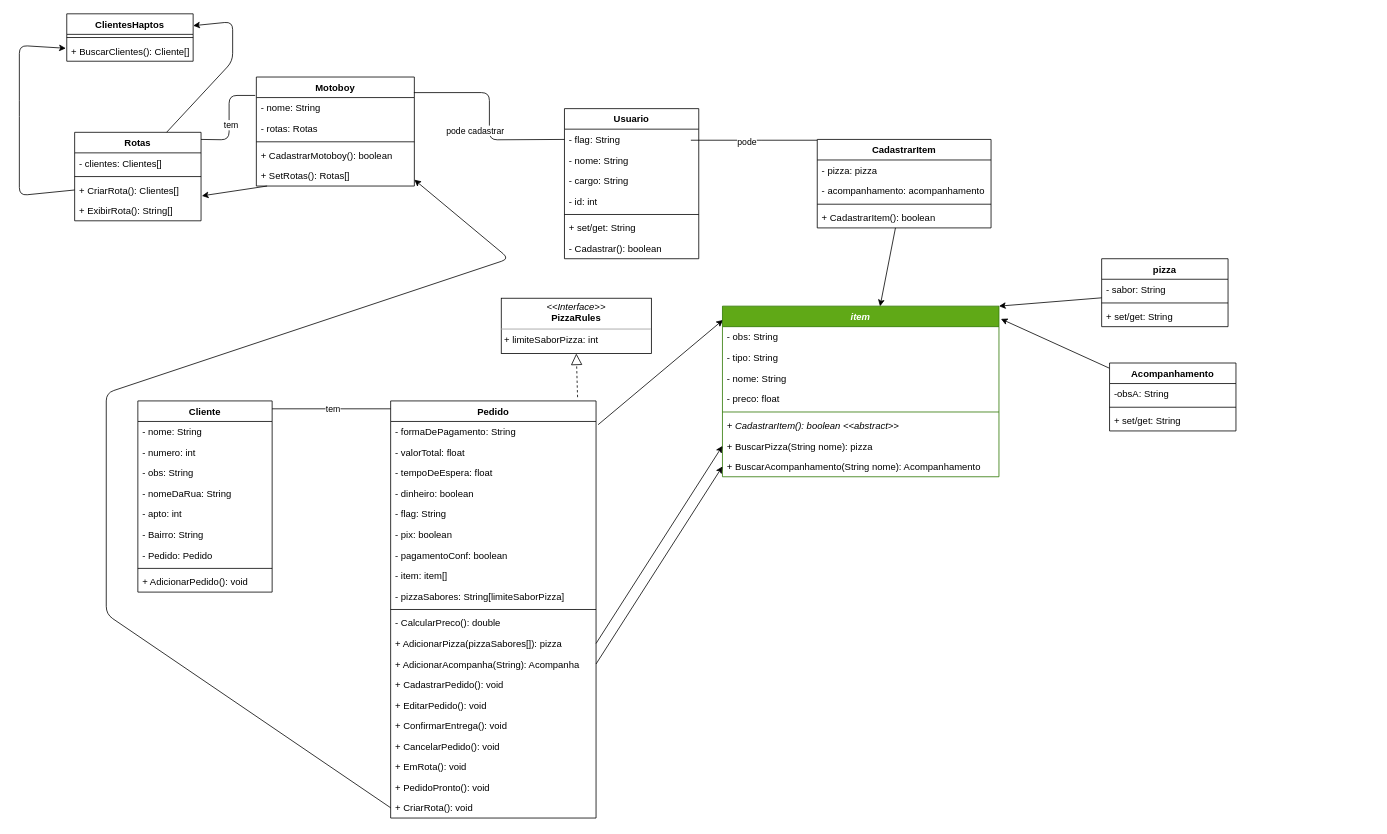
The draw.io diagram Diagrama UML classes/UMLClasses.drawio in Nicolas-Peluso/Gerenciador-De-Pedidos-Pizzaria, before the edit. Source tidied: cells renumbered, new cells numbered last; positions are measured from the earlier drawing's top-left corner, leaving out a move shared by most shapes. Both pictures are drawn from the tidied source at 79%, with x=0, y=0 at pixel (19, 13).
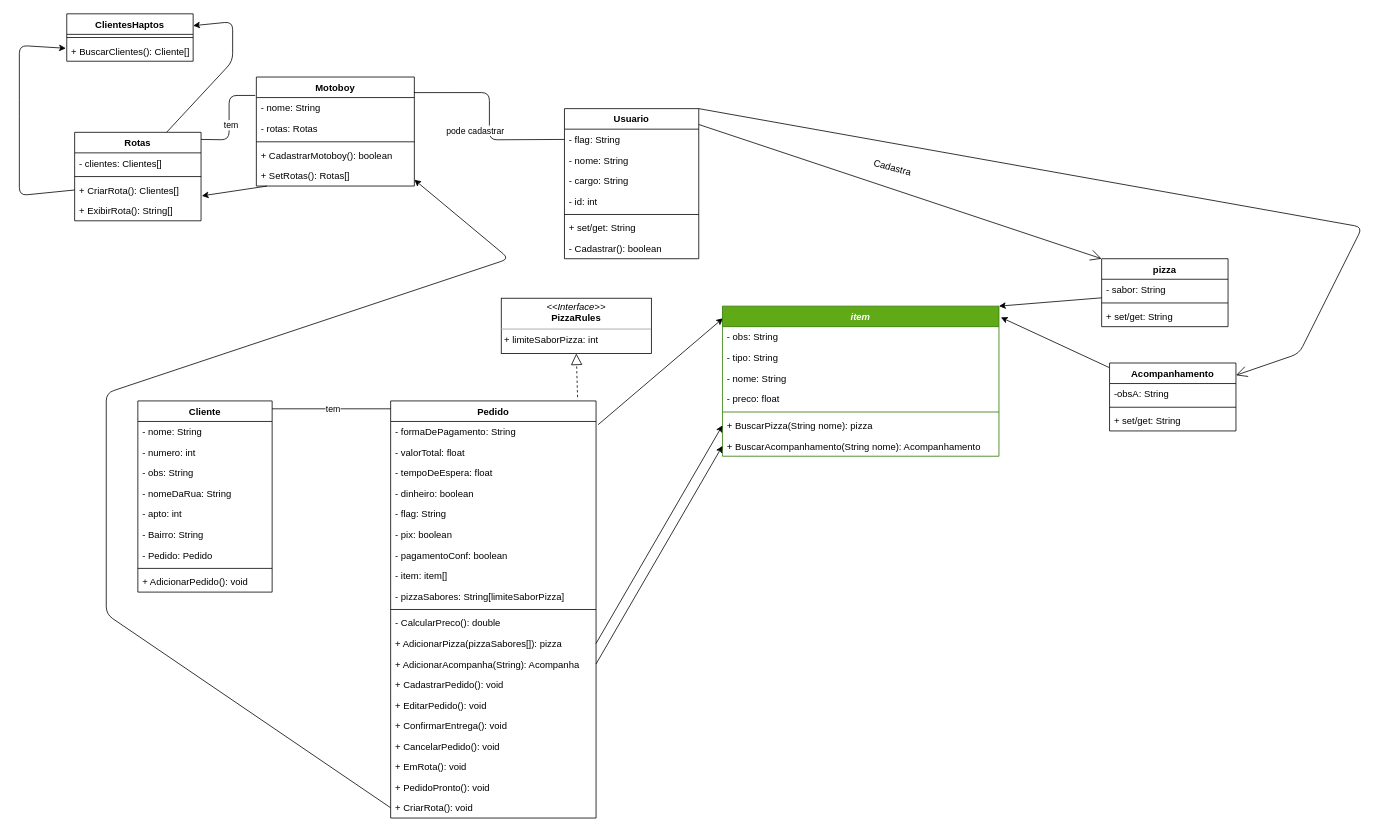
The same diagram, later.

The change refers to these unchanged cells:
```xml
<mxCell id="44" value="Acompanhamento" style="swimlane;fontStyle=1;align=center;verticalAlign=top;horizontal=1;startSize=26;" parent="1" vertex="1">
  <mxGeometry x="1380" y="442" width="160" height="86" as="geometry" />
</mxCell>
<mxCell id="49" value="pizza" style="swimlane;fontStyle=1;align=center;verticalAlign=top;horizontal=1;startSize=26;" parent="1" vertex="1">
  <mxGeometry x="1370" y="310" width="160" height="86" as="geometry" />
</mxCell>
<mxCell id="53" value="Usuario" style="swimlane;fontStyle=1;align=center;verticalAlign=top;horizontal=1;startSize=26;" parent="1" vertex="1">
  <mxGeometry x="690" y="120" width="170" height="190" as="geometry" />
</mxCell>
```

Change to the diagram source:
```diff
@@
     <mxCell id="34" value="item" style="swimlane;fontStyle=3;align=center;verticalAlign=top;horizontal=1;startSize=26;fillColor=#60a917;fontColor=#ffffff;strokeColor=#2D7600;" parent="1" vertex="1">
-      <mxGeometry x="890" y="370" width="350" height="216" as="geometry" />
+      <mxGeometry x="890" y="370" width="350" height="190" as="geometry" />
     </mxCell>
@@
-    <mxCell id="40" value="+ CadastrarItem(): boolean &lt;&lt;abstract&gt;&gt;" style="text;strokeColor=none;fillColor=none;align=left;verticalAlign=top;spacingLeft=4;spacingRight=4;overflow=hidden;fontStyle=2;" parent="34" vertex="1">
-      <mxGeometry y="138" width="350" height="26" as="geometry" />
-    </mxCell>
     <mxCell id="41" value="+ BuscarPizza(String nome): pizza" style="text;strokeColor=none;fillColor=none;align=left;verticalAlign=top;spacingLeft=4;spacingRight=4;overflow=hidden;points=[[0,0.5],[1,0.5]];portConstraint=eastwest;" parent="34" vertex="1">
-      <mxGeometry y="164" width="350" height="26" as="geometry" />
+      <mxGeometry y="138" width="350" height="26" as="geometry" />
     </mxCell>
     <mxCell id="42" value="+ BuscarAcompanhamento(String nome): Acompanhamento" style="text;strokeColor=none;fillColor=none;align=left;verticalAlign=top;spacingLeft=4;spacingRight=4;overflow=hidden;points=[[0,0.5],[1,0.5]];portConstraint=eastwest;" parent="34" vertex="1">
-      <mxGeometry y="190" width="350" height="26" as="geometry" />
+      <mxGeometry y="164" width="350" height="26" as="geometry" />
     </mxCell>
@@
-    <mxCell id="61" style="edgeStyle=none;html=1;entryX=0.57;entryY=0.001;entryDx=0;entryDy=0;entryPerimeter=0;" parent="1" edge="1" source="62" target="34">
-      <mxGeometry relative="1" as="geometry" />
-    </mxCell>
-    <mxCell id="62" value="CadastrarItem" style="swimlane;fontStyle=1;align=center;verticalAlign=top;horizontal=1;startSize=26;" parent="1" vertex="1">
-      <mxGeometry x="1010" y="159" width="220" height="112" as="geometry" />
-    </mxCell>
-    <mxCell id="63" value="- pizza: pizza" style="text;strokeColor=none;fillColor=none;align=left;verticalAlign=top;spacingLeft=4;spacingRight=4;overflow=hidden;" parent="62" vertex="1">
-      <mxGeometry y="26" width="220" height="26" as="geometry" />
-    </mxCell>
-    <mxCell id="64" value="- acompanhamento: acompanhamento" style="text;strokeColor=none;fillColor=none;align=left;verticalAlign=top;spacingLeft=4;spacingRight=4;overflow=hidden;" parent="62" vertex="1">
-      <mxGeometry y="52" width="220" height="26" as="geometry" />
-    </mxCell>
-    <mxCell id="65" style="line;strokeWidth=1;fillColor=none;align=left;verticalAlign=middle;spacingTop=-1;spacingLeft=3;spacingRight=3;labelPosition=right;strokeColor=inherit;" parent="62" vertex="1">
-      <mxGeometry y="78" width="220" height="8" as="geometry" />
-    </mxCell>
-    <mxCell id="66" value="+ CadastrarItem(): boolean" style="text;strokeColor=none;fillColor=none;align=left;verticalAlign=top;spacingLeft=4;spacingRight=4;overflow=hidden;" parent="62" vertex="1">
-      <mxGeometry y="86" width="220" height="26" as="geometry" />
-    </mxCell>
@@
-    <mxCell id="69" style="endArrow=none;html=1;edgeStyle=orthogonalEdgeStyle;" parent="1" edge="1">
-      <mxGeometry relative="1" as="geometry">
-        <mxPoint x="850" y="160" as="sourcePoint" />
-        <mxPoint x="1010" y="160" as="targetPoint" />
-        <Array as="points">
-          <mxPoint x="930" y="160" />
-          <mxPoint x="930" y="160" />
-        </Array>
-      </mxGeometry>
-    </mxCell>
-    <mxCell id="70" value="pode" style="edgeLabel;html=1;align=center;verticalAlign=middle;" parent="69" vertex="1">
-      <mxGeometry x="-0.13" y="-2" relative="1" as="geometry" />
-    </mxCell>
@@
+    <mxCell id="97" style="endArrow=open;endFill=1;endSize=12;html=1;entryX=0;entryY=0;entryDx=0;entryDy=0;exitX=1.001;exitY=0.106;exitDx=0;exitDy=0;exitPerimeter=0;" parent="1" edge="1" source="53" target="49">
+      <mxGeometry relative="1" as="geometry" />
+    </mxCell>
+    <mxCell id="98" value="Cadastra" style="text;html=1;align=center;verticalAlign=middle;strokeColor=none;fillColor=none;rotation=15;" parent="1" vertex="1">
+      <mxGeometry x="1070" y="180" width="70" height="30" as="geometry" />
+    </mxCell>
+    <mxCell id="99" style="endArrow=open;endFill=1;endSize=12;html=1;exitX=1;exitY=0;exitDx=0;exitDy=0;" parent="1" edge="1" source="53" target="44">
+      <mxGeometry relative="1" as="geometry">
+        <Array as="points">
+          <mxPoint x="1700" y="270" />
+          <mxPoint x="1620" y="430" />
+        </Array>
+      </mxGeometry>
+    </mxCell>
```
